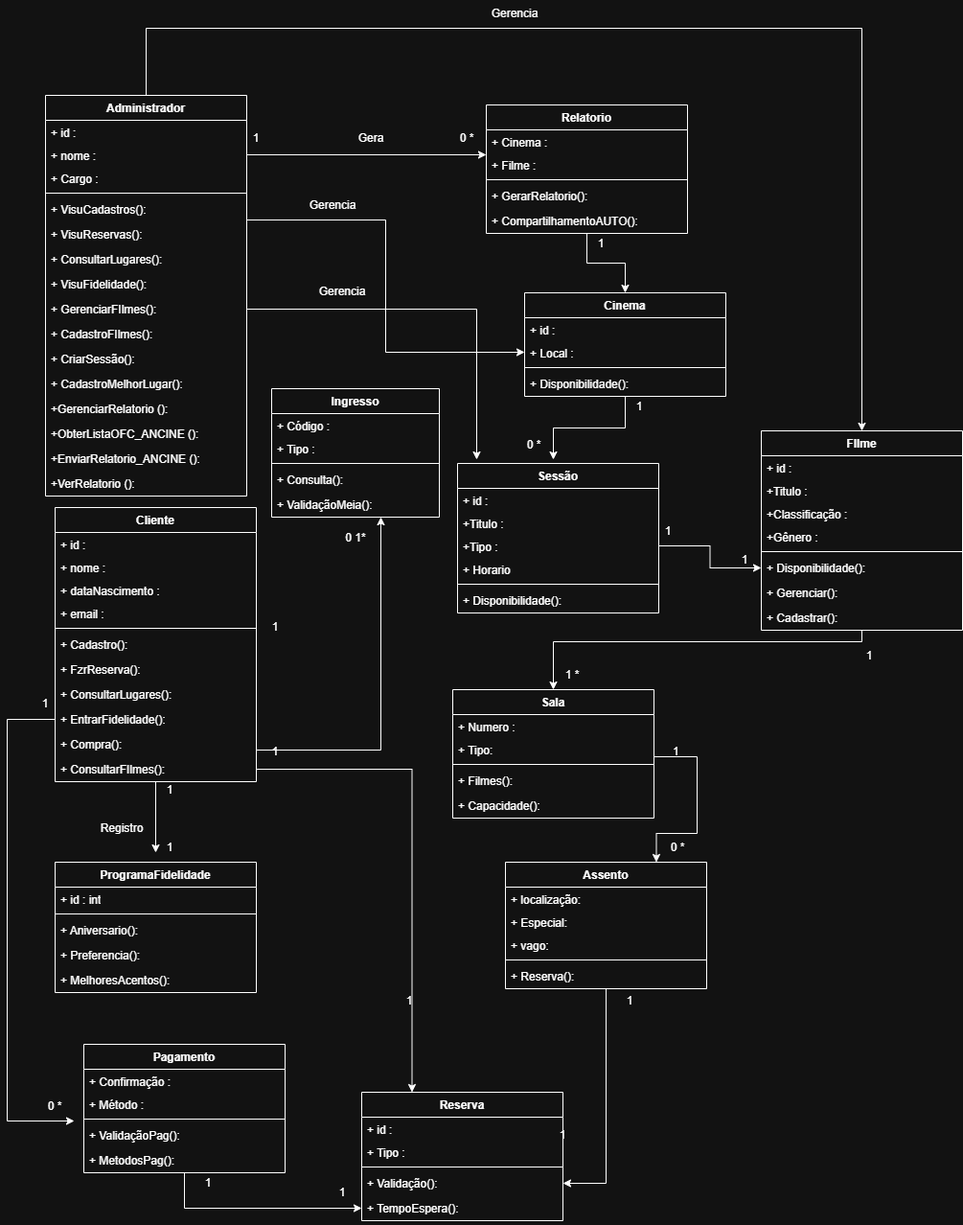
Before: Diagramadeclasses(1).drawio.png, a diagram exported from draw.io (rotkis/Cinema_FEI). Source tidied: cells renumbered, new cells last; positions are measured from the earlier drawing's top-left corner, leaving out a move shared by most shapes.
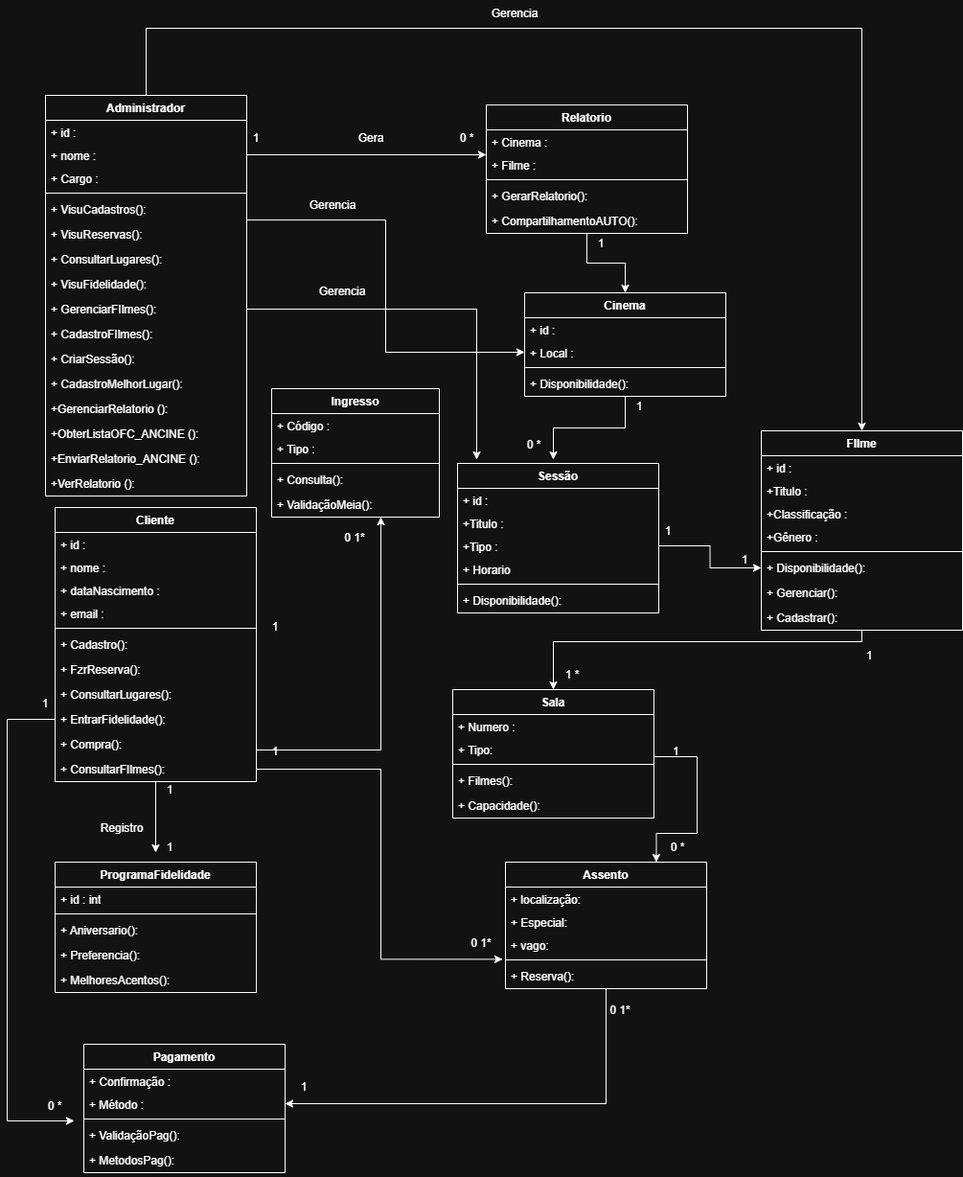
After the change.

The edit, as a diff of the source:
```diff
@@ -170,9 +170,9 @@
     <mxCell id="48" value="+ Capacidade():" style="text;strokeColor=none;fillColor=none;align=left;verticalAlign=top;spacingLeft=4;spacingRight=4;overflow=hidden;whiteSpace=wrap;html=1;" parent="43" vertex="1">
       <mxGeometry y="108" width="210" height="26" as="geometry" />
     </mxCell>
-    <mxCell id="49" style="edgeStyle=orthogonalEdgeStyle;rounded=0;jettySize=auto;html=1;entryX=1;entryY=0.5;entryDx=0;entryDy=0;" parent="1" edge="1" source="50" target="60">
-      <mxGeometry relative="1" as="geometry" />
-    </mxCell>
+    <mxCell id="137" style="edgeStyle=orthogonalEdgeStyle;rounded=0;jettySize=auto;html=1;entryX=1;entryY=0.5;entryDx=0;entryDy=0;" parent="1" edge="1" source="50" target="77">
+      <mxGeometry relative="1" as="geometry" />
+    </mxCell>
     <mxCell id="50" value="Assento" style="swimlane;fontStyle=1;align=center;verticalAlign=top;horizontal=1;startSize=26;whiteSpace=wrap;html=1;" parent="1" vertex="1">
       <mxGeometry x="520" y="900" width="210" height="132" as="geometry" />
     </mxCell>
@@ -191,24 +191,6 @@
     <mxCell id="55" value="+ Reserva():" style="text;strokeColor=none;fillColor=none;align=left;verticalAlign=top;spacingLeft=4;spacingRight=4;overflow=hidden;points=[[0,0.5],[1,0.5]];portConstraint=eastwest;whiteSpace=wrap;html=1;" parent="50" vertex="1">
       <mxGeometry y="106" width="210" height="26" as="geometry" />
     </mxCell>
-    <mxCell id="56" value="Reserva" style="swimlane;fontStyle=1;align=center;verticalAlign=top;horizontal=1;startSize=26;whiteSpace=wrap;html=1;" parent="1" vertex="1">
-      <mxGeometry x="370" y="1140" width="210" height="134" as="geometry" />
-    </mxCell>
-    <mxCell id="57" value="+ id :&amp;nbsp;" style="text;strokeColor=none;fillColor=none;align=left;verticalAlign=top;spacingLeft=4;spacingRight=4;overflow=hidden;whiteSpace=wrap;html=1;" parent="56" vertex="1">
-      <mxGeometry y="26" width="210" height="24" as="geometry" />
-    </mxCell>
-    <mxCell id="58" value="+ Tipo :" style="text;strokeColor=none;fillColor=none;align=left;verticalAlign=top;spacingLeft=4;spacingRight=4;overflow=hidden;whiteSpace=wrap;html=1;" parent="56" vertex="1">
-      <mxGeometry y="50" width="210" height="24" as="geometry" />
-    </mxCell>
-    <mxCell id="59" style="line;strokeWidth=1;fillColor=none;align=left;verticalAlign=middle;spacingTop=-1;spacingLeft=3;spacingRight=3;labelPosition=right;strokeColor=inherit;" parent="56" vertex="1">
-      <mxGeometry y="74" width="210" height="8" as="geometry" />
-    </mxCell>
-    <mxCell id="60" value="+ Validação():" style="text;strokeColor=none;fillColor=none;align=left;verticalAlign=top;spacingLeft=4;spacingRight=4;overflow=hidden;points=[[0,0.5],[1,0.5]];portConstraint=eastwest;whiteSpace=wrap;html=1;" parent="56" vertex="1">
-      <mxGeometry y="82" width="210" height="26" as="geometry" />
-    </mxCell>
-    <mxCell id="61" value="+ TempoEspera():" style="text;strokeColor=none;fillColor=none;align=left;verticalAlign=top;spacingLeft=4;spacingRight=4;overflow=hidden;points=[[0,0.5],[1,0.5]];portConstraint=eastwest;whiteSpace=wrap;html=1;" parent="56" vertex="1">
-      <mxGeometry y="108" width="210" height="26" as="geometry" />
-    </mxCell>
     <mxCell id="62" value="Ingresso" style="swimlane;fontStyle=1;align=center;verticalAlign=top;horizontal=1;startSize=26;whiteSpace=wrap;html=1;" parent="1" vertex="1">
       <mxGeometry x="276" y="406" width="175" height="134" as="geometry" />
     </mxCell>
@@ -245,9 +227,6 @@
     <mxCell id="73" value="+ MelhoresAcentos():" style="text;strokeColor=none;fillColor=none;align=left;verticalAlign=top;spacingLeft=4;spacingRight=4;overflow=hidden;whiteSpace=wrap;html=1;" parent="68" vertex="1">
       <mxGeometry y="110" width="210" height="26" as="geometry" />
     </mxCell>
-    <mxCell id="74" style="edgeStyle=orthogonalEdgeStyle;rounded=0;jettySize=auto;html=1;entryX=0;entryY=0.5;entryDx=0;entryDy=0;" parent="1" edge="1" source="75" target="61">
-      <mxGeometry relative="1" as="geometry" />
-    </mxCell>
     <mxCell id="75" value="Pagamento" style="swimlane;fontStyle=1;align=center;verticalAlign=top;horizontal=1;startSize=26;whiteSpace=wrap;html=1;" parent="1" vertex="1">
       <mxGeometry x="80" y="1090" width="210" height="134" as="geometry" />
     </mxCell>
@@ -323,14 +302,14 @@
     <mxCell id="99" value="Registro" style="text;html=1;whiteSpace=wrap;strokeColor=none;fillColor=none;align=center;verticalAlign=middle;rounded=0;" parent="1" vertex="1">
       <mxGeometry x="90" y="850" width="60" height="30" as="geometry" />
     </mxCell>
-    <mxCell id="100" style="edgeStyle=orthogonalEdgeStyle;rounded=0;jettySize=auto;html=1;entryX=0.25;entryY=0;entryDx=0;entryDy=0;" parent="1" edge="1" source="16" target="56">
+    <mxCell id="100" style="edgeStyle=orthogonalEdgeStyle;rounded=0;jettySize=auto;html=1;entryX=-0.014;entryY=-0.179;entryDx=0;entryDy=0;entryPerimeter=0;" parent="1" edge="1" source="16" target="55">
       <mxGeometry relative="1" as="geometry" />
     </mxCell>
     <mxCell id="101" value="1" style="text;html=1;whiteSpace=wrap;strokeColor=none;fillColor=none;align=center;verticalAlign=middle;rounded=0;" parent="1" vertex="1">
       <mxGeometry x="250" y="770" width="60" height="30" as="geometry" />
     </mxCell>
-    <mxCell id="102" value="1" style="text;html=1;whiteSpace=wrap;strokeColor=none;fillColor=none;align=center;verticalAlign=middle;rounded=0;" parent="1" vertex="1">
-      <mxGeometry x="390" y="1030" width="60" height="30" as="geometry" />
+    <mxCell id="102" value="0 1*" style="text;html=1;whiteSpace=wrap;strokeColor=none;fillColor=none;align=center;verticalAlign=middle;rounded=0;" parent="1" vertex="1">
+      <mxGeometry x="465" y="970" width="60" height="30" as="geometry" />
     </mxCell>
     <mxCell id="103" value="1" style="text;html=1;whiteSpace=wrap;strokeColor=none;fillColor=none;align=center;verticalAlign=middle;rounded=0;" parent="1" vertex="1">
       <mxGeometry x="10" y="720" width="60" height="30" as="geometry" />
@@ -338,18 +317,6 @@
     <mxCell id="104" value="0 *" style="text;html=1;whiteSpace=wrap;strokeColor=none;fillColor=none;align=center;verticalAlign=middle;rounded=0;" parent="1" vertex="1">
       <mxGeometry x="20" y="1140" width="60" height="30" as="geometry" />
     </mxCell>
-    <mxCell id="105" value="1" style="text;html=1;whiteSpace=wrap;strokeColor=none;fillColor=none;align=center;verticalAlign=middle;rounded=0;" parent="1" vertex="1">
-      <mxGeometry x="620" y="1030" width="60" height="30" as="geometry" />
-    </mxCell>
-    <mxCell id="106" value="1" style="text;html=1;whiteSpace=wrap;strokeColor=none;fillColor=none;align=center;verticalAlign=middle;rounded=0;" parent="1" vertex="1">
-      <mxGeometry x="550" y="1170" width="60" height="30" as="geometry" />
-    </mxCell>
-    <mxCell id="107" value="1" style="text;html=1;whiteSpace=wrap;strokeColor=none;fillColor=none;align=center;verticalAlign=middle;rounded=0;" parent="1" vertex="1">
-      <mxGeometry x="180" y="1220" width="60" height="30" as="geometry" />
-    </mxCell>
-    <mxCell id="108" value="1" style="text;html=1;whiteSpace=wrap;strokeColor=none;fillColor=none;align=center;verticalAlign=middle;rounded=0;" parent="1" vertex="1">
-      <mxGeometry x="320" y="1230" width="60" height="30" as="geometry" />
-    </mxCell>
     <mxCell id="109" style="edgeStyle=orthogonalEdgeStyle;rounded=0;jettySize=auto;html=1;entryX=0.5;entryY=0;entryDx=0;entryDy=0;" parent="1" edge="1" source="110" target="43">
       <mxGeometry relative="1" as="geometry">
         <Array as="points">
@@ -445,5 +412,11 @@
     <mxCell id="136" value="Gerencia" style="text;html=1;whiteSpace=wrap;strokeColor=none;fillColor=none;align=center;verticalAlign=middle;rounded=0;" parent="1" vertex="1">
       <mxGeometry x="320" y="290" width="60" height="30" as="geometry" />
     </mxCell>
+    <mxCell id="138" value="1" style="text;html=1;whiteSpace=wrap;strokeColor=none;fillColor=none;align=center;verticalAlign=middle;rounded=0;" parent="1" vertex="1">
+      <mxGeometry x="280" y="1120" width="60" height="30" as="geometry" />
+    </mxCell>
+    <mxCell id="139" value="0 1*" style="text;html=1;whiteSpace=wrap;strokeColor=none;fillColor=none;align=center;verticalAlign=middle;rounded=0;" parent="1" vertex="1">
+      <mxGeometry x="610" y="1040" width="60" height="30" as="geometry" />
+    </mxCell>
   </root>
 </mxGraphModel>
```
